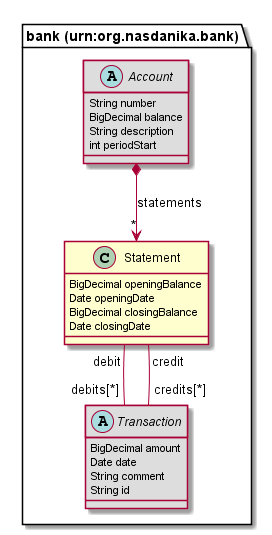
The PlantUML diagram org.nasdanika.bank.repository/src/site/resources/modeldoc/75726e3a6f72672e6e617364616e696b612e62616e6b/Statement.png in Nasdanika/bank, before a commit.
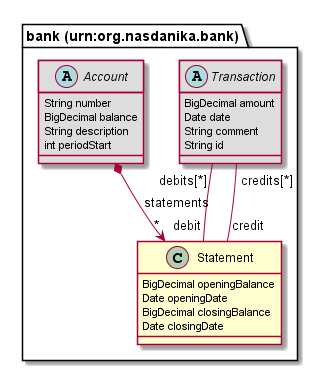
After the commit.

Change to the diagram source:
```diff
@@ -5,19 +5,19 @@
 	BigDecimal closingBalance
 	Date closingDate
 }
+abstract class "bank (urn:org.nasdanika.bank).Transaction" [[#router/doc-content/75726e3a6f72672e6e617364616e696b612e62616e6b/Transaction.html{TODO}]] #DDDDDD {
+	BigDecimal amount
+	Date date
+	String comment
+	String id
+}
 abstract class "bank (urn:org.nasdanika.bank).Account" [[#router/doc-content/75726e3a6f72672e6e617364616e696b612e62616e6b/Account.html{TODO}]] #DDDDDD {
 	String number
 	BigDecimal balance
 	String description
 	int periodStart
 }
-abstract class "bank (urn:org.nasdanika.bank).Transaction" [[#router/doc-content/75726e3a6f72672e6e617364616e696b612e62616e6b/Transaction.html{TODO}]] #DDDDDD {
-	BigDecimal amount
-	Date date
-	String comment
-	String id
-}
-"bank (urn:org.nasdanika.bank).Statement" "debit" -- "debits[*]" "bank (urn:org.nasdanika.bank).Transaction"
-"bank (urn:org.nasdanika.bank).Statement" "credit" -- "credits[*]" "bank (urn:org.nasdanika.bank).Transaction"
+"bank (urn:org.nasdanika.bank).Transaction" "debits[*]" -- "debit" "bank (urn:org.nasdanika.bank).Statement"
+"bank (urn:org.nasdanika.bank).Transaction" "credits[*]" -- "credit" "bank (urn:org.nasdanika.bank).Statement"
 "bank (urn:org.nasdanika.bank).Account" *--> "*" "bank (urn:org.nasdanika.bank).Statement" : statements
 @enduml
```
